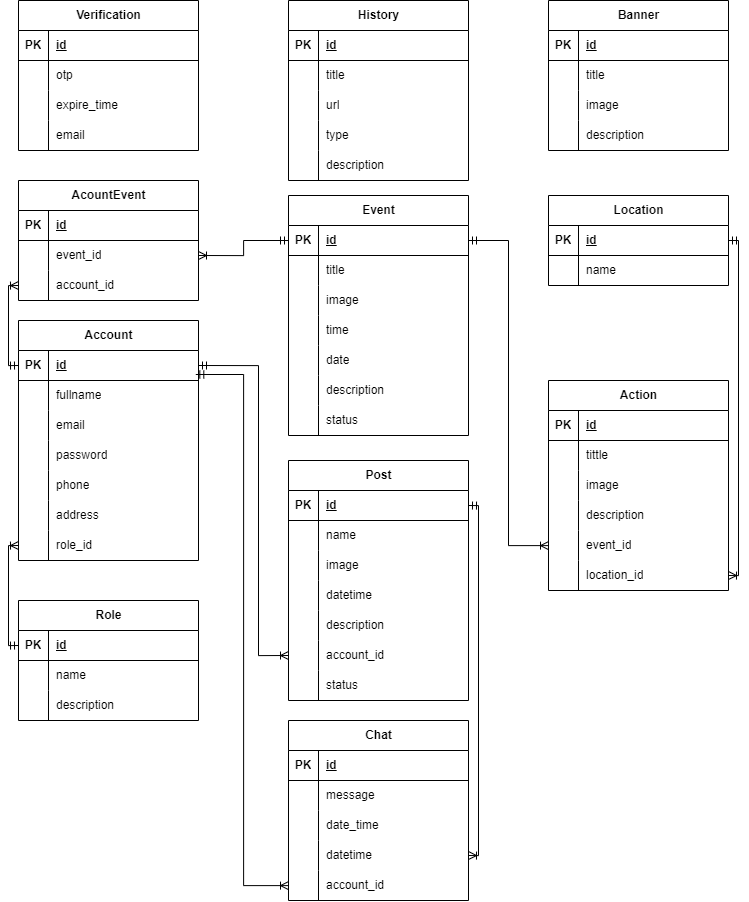
TunLin19/hai-dien-church-be keeps this draw.io diagram as church.drawio.png. Above is the earlier version. Source tidied: cells renumbered, new cells last; positions are measured from the earlier drawing's top-left corner, leaving out a move shared by most shapes.
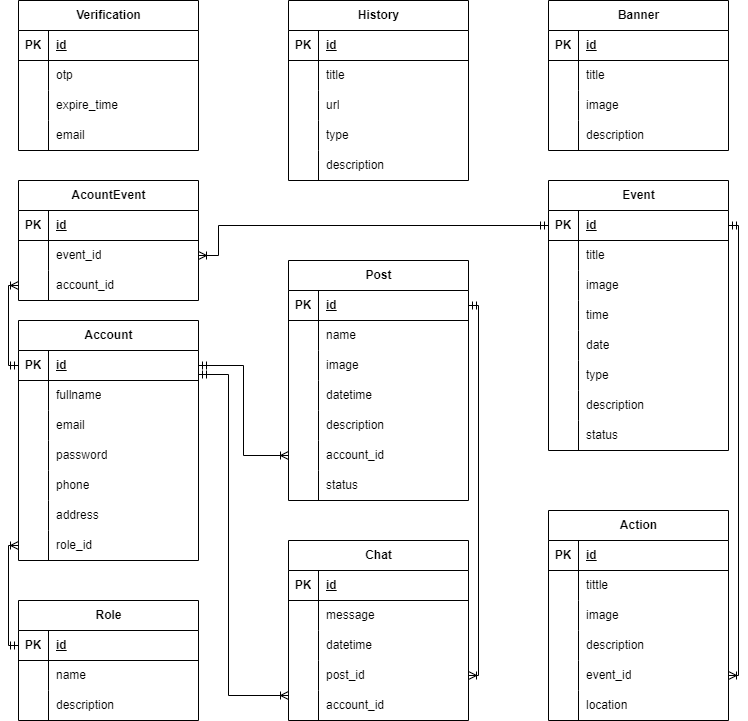
The same diagram one commit later.

Change to the diagram source:
```diff
@@ -195,7 +195,7 @@
       <mxGeometry x="30" width="150" height="30" as="geometry" />
     </mxCell>
     <mxCell id="66" value="Event" style="shape=table;startSize=30;rowLines=0;fontStyle=1;align=center;html=1;" parent="1" vertex="1">
-      <mxGeometry x="270" y="195" width="180" height="240" as="geometry" />
+      <mxGeometry x="530" y="180" width="180" height="270" as="geometry" />
     </mxCell>
     <mxCell id="67" style="shape=tableRow;horizontal=0;startSize=0;swimlaneHead=0;swimlaneBody=0;fillColor=none;points=[[0,0.5],[1,0.5]];portConstraint=eastwest;top=0;left=0;right=0;bottom=1;" parent="66" vertex="1">
       <mxGeometry y="30" width="180" height="30" as="geometry" />
@@ -242,8 +242,17 @@
     <mxCell id="81" value="date" style="shape=partialRectangle;fillColor=none;top=0;left=0;bottom=0;right=0;align=left;spacingLeft=6;overflow=hidden;whiteSpace=wrap;html=1;" parent="79" vertex="1">
       <mxGeometry x="30" width="150" height="30" as="geometry" />
     </mxCell>
+    <mxCell id="180" style="shape=tableRow;horizontal=0;startSize=0;swimlaneHead=0;swimlaneBody=0;fillColor=none;top=0;left=0;right=0;bottom=0;" parent="66" vertex="1">
+      <mxGeometry y="180" width="180" height="30" as="geometry" />
+    </mxCell>
+    <mxCell id="103" style="shape=partialRectangle;fillColor=none;top=0;left=0;bottom=0;right=0;overflow=hidden;whiteSpace=wrap;html=1;" parent="180" vertex="1">
+      <mxGeometry width="30" height="30" as="geometry" />
+    </mxCell>
+    <mxCell id="181" value="type" style="shape=partialRectangle;fillColor=none;top=0;left=0;bottom=0;right=0;align=left;spacingLeft=6;overflow=hidden;whiteSpace=wrap;html=1;" parent="180" vertex="1">
+      <mxGeometry x="30" width="150" height="30" as="geometry" />
+    </mxCell>
     <mxCell id="82" style="shape=tableRow;horizontal=0;startSize=0;swimlaneHead=0;swimlaneBody=0;fillColor=none;top=0;left=0;right=0;bottom=0;" parent="66" vertex="1">
-      <mxGeometry y="180" width="180" height="30" as="geometry" />
+      <mxGeometry y="210" width="180" height="30" as="geometry" />
     </mxCell>
     <mxCell id="83" style="shape=partialRectangle;fillColor=none;top=0;left=0;bottom=0;right=0;overflow=hidden;whiteSpace=wrap;html=1;" parent="82" vertex="1">
       <mxGeometry width="30" height="30" as="geometry" />
@@ -252,7 +261,7 @@
       <mxGeometry x="30" width="150" height="30" as="geometry" />
     </mxCell>
     <mxCell id="85" style="shape=tableRow;horizontal=0;startSize=0;swimlaneHead=0;swimlaneBody=0;fillColor=none;top=0;left=0;right=0;bottom=0;" parent="66" vertex="1">
-      <mxGeometry y="210" width="180" height="30" as="geometry" />
+      <mxGeometry y="240" width="180" height="30" as="geometry" />
     </mxCell>
     <mxCell id="86" style="shape=partialRectangle;fillColor=none;top=0;left=0;bottom=0;right=0;overflow=hidden;whiteSpace=wrap;html=1;" parent="85" vertex="1">
       <mxGeometry width="30" height="30" as="geometry" />
@@ -290,29 +299,8 @@
     <mxCell id="97" value="description" style="shape=partialRectangle;fillColor=none;top=0;left=0;bottom=0;right=0;align=left;spacingLeft=6;overflow=hidden;whiteSpace=wrap;html=1;" parent="95" vertex="1">
       <mxGeometry x="30" width="150" height="30" as="geometry" />
     </mxCell>
-    <mxCell id="98" value="Location" style="shape=table;startSize=30;rowLines=0;fontStyle=1;align=center;html=1;" parent="1" vertex="1">
-      <mxGeometry x="530" y="195" width="180" height="90" as="geometry" />
-    </mxCell>
-    <mxCell id="99" style="shape=tableRow;horizontal=0;startSize=0;swimlaneHead=0;swimlaneBody=0;fillColor=none;points=[[0,0.5],[1,0.5]];portConstraint=eastwest;top=0;left=0;right=0;bottom=1;" parent="98" vertex="1">
-      <mxGeometry y="30" width="180" height="30" as="geometry" />
-    </mxCell>
-    <mxCell id="100" value="PK" style="shape=partialRectangle;fillColor=none;top=0;left=0;bottom=0;right=0;fontStyle=1;overflow=hidden;whiteSpace=wrap;html=1;" parent="99" vertex="1">
-      <mxGeometry width="30" height="30" as="geometry" />
-    </mxCell>
-    <mxCell id="101" value="id" style="shape=partialRectangle;fillColor=none;top=0;left=0;bottom=0;right=0;align=left;spacingLeft=6;fontStyle=5;overflow=hidden;whiteSpace=wrap;html=1;" parent="99" vertex="1">
-      <mxGeometry x="30" width="150" height="30" as="geometry" />
-    </mxCell>
-    <mxCell id="102" style="shape=tableRow;horizontal=0;startSize=0;swimlaneHead=0;swimlaneBody=0;fillColor=none;top=0;left=0;right=0;bottom=0;" parent="98" vertex="1">
-      <mxGeometry y="60" width="180" height="30" as="geometry" />
-    </mxCell>
-    <mxCell id="103" style="shape=partialRectangle;fillColor=none;top=0;left=0;bottom=0;right=0;overflow=hidden;whiteSpace=wrap;html=1;" parent="102" vertex="1">
-      <mxGeometry width="30" height="30" as="geometry" />
-    </mxCell>
-    <mxCell id="104" value="name" style="shape=partialRectangle;fillColor=none;top=0;left=0;bottom=0;right=0;align=left;spacingLeft=6;overflow=hidden;whiteSpace=wrap;html=1;" parent="102" vertex="1">
-      <mxGeometry x="30" width="150" height="30" as="geometry" />
-    </mxCell>
     <mxCell id="105" value="Post" style="shape=table;startSize=30;rowLines=0;fontStyle=1;align=center;html=1;" parent="1" vertex="1">
-      <mxGeometry x="270" y="460" width="180" height="240" as="geometry" />
+      <mxGeometry x="270" y="260" width="180" height="240" as="geometry" />
     </mxCell>
     <mxCell id="106" style="shape=tableRow;horizontal=0;startSize=0;swimlaneHead=0;swimlaneBody=0;fillColor=none;points=[[0,0.5],[1,0.5]];portConstraint=eastwest;top=0;left=0;right=0;bottom=1;" parent="105" vertex="1">
       <mxGeometry y="30" width="180" height="30" as="geometry" />
@@ -380,16 +368,11 @@
     <mxCell id="127" style="edgeStyle=orthogonalEdgeStyle;fontSize=12;html=1;endArrow=ERoneToMany;startArrow=ERmandOne;rounded=0;exitX=0;exitY=0.5;exitDx=0;exitDy=0;entryX=0;entryY=0.5;entryDx=0;entryDy=0;" parent="1" edge="1" source="89" target="21">
       <mxGeometry relative="1" as="geometry" />
     </mxCell>
-    <mxCell id="128" style="edgeStyle=orthogonalEdgeStyle;fontSize=12;html=1;endArrow=ERoneToMany;startArrow=ERmandOne;rounded=0;exitX=1;exitY=0.5;exitDx=0;exitDy=0;entryX=0;entryY=0.5;entryDx=0;entryDy=0;" parent="1" edge="1" source="3" target="121">
-      <mxGeometry relative="1" as="geometry">
-        <Array as="points">
-          <mxPoint x="240" y="365" />
-          <mxPoint x="240" y="655" />
-        </Array>
-      </mxGeometry>
+    <mxCell id="128" style="fontSize=12;html=1;endArrow=ERoneToMany;startArrow=ERmandOne;rounded=0;exitX=1;exitY=0.5;exitDx=0;exitDy=0;entryX=0;entryY=0.5;entryDx=0;entryDy=0;edgeStyle=orthogonalEdgeStyle;" parent="1" edge="1" source="3" target="121">
+      <mxGeometry relative="1" as="geometry" />
     </mxCell>
     <mxCell id="129" value="Chat" style="shape=table;startSize=30;rowLines=0;fontStyle=1;align=center;html=1;" parent="1" vertex="1">
-      <mxGeometry x="270" y="720" width="180" height="180" as="geometry" />
+      <mxGeometry x="270" y="540" width="180" height="180" as="geometry" />
     </mxCell>
     <mxCell id="130" style="shape=tableRow;horizontal=0;startSize=0;swimlaneHead=0;swimlaneBody=0;fillColor=none;top=0;left=0;right=0;bottom=1;" parent="129" vertex="1">
       <mxGeometry y="30" width="180" height="30" as="geometry" />
@@ -415,7 +398,7 @@
     <mxCell id="137" style="shape=partialRectangle;fillColor=none;top=0;left=0;bottom=0;right=0;overflow=hidden;whiteSpace=wrap;html=1;" parent="136" vertex="1">
       <mxGeometry width="30" height="30" as="geometry" />
     </mxCell>
-    <mxCell id="138" value="date_time" style="shape=partialRectangle;fillColor=none;top=0;left=0;bottom=0;right=0;align=left;spacingLeft=6;overflow=hidden;whiteSpace=wrap;html=1;" parent="136" vertex="1">
+    <mxCell id="138" value="datetime" style="shape=partialRectangle;fillColor=none;top=0;left=0;bottom=0;right=0;align=left;spacingLeft=6;overflow=hidden;whiteSpace=wrap;html=1;" parent="136" vertex="1">
       <mxGeometry x="30" width="150" height="30" as="geometry" />
     </mxCell>
     <mxCell id="139" style="shape=tableRow;horizontal=0;startSize=0;swimlaneHead=0;swimlaneBody=0;fillColor=none;points=[[0,0.5],[1,0.5]];portConstraint=eastwest;top=0;left=0;right=0;bottom=0;" parent="129" vertex="1">
@@ -424,7 +407,7 @@
     <mxCell id="140" style="shape=partialRectangle;fillColor=none;top=0;left=0;bottom=0;right=0;overflow=hidden;whiteSpace=wrap;html=1;" parent="139" vertex="1">
       <mxGeometry width="30" height="30" as="geometry" />
     </mxCell>
-    <mxCell id="141" value="datetime" style="shape=partialRectangle;fillColor=none;top=0;left=0;bottom=0;right=0;align=left;spacingLeft=6;overflow=hidden;whiteSpace=wrap;html=1;" parent="139" vertex="1">
+    <mxCell id="141" value="post_id" style="shape=partialRectangle;fillColor=none;top=0;left=0;bottom=0;right=0;align=left;spacingLeft=6;overflow=hidden;whiteSpace=wrap;html=1;" parent="139" vertex="1">
       <mxGeometry x="30" width="150" height="30" as="geometry" />
     </mxCell>
     <mxCell id="142" style="shape=tableRow;horizontal=0;startSize=0;swimlaneHead=0;swimlaneBody=0;fillColor=none;points=[[0,0.5],[1,0.5]];portConstraint=eastwest;top=0;left=0;right=0;bottom=0;" parent="129" vertex="1">
@@ -436,8 +419,14 @@
     <mxCell id="144" value="account_id" style="shape=partialRectangle;fillColor=none;top=0;left=0;bottom=0;right=0;align=left;spacingLeft=6;overflow=hidden;whiteSpace=wrap;html=1;" parent="142" vertex="1">
       <mxGeometry x="30" width="150" height="30" as="geometry" />
     </mxCell>
-    <mxCell id="145" style="edgeStyle=orthogonalEdgeStyle;fontSize=12;html=1;endArrow=ERoneToMany;startArrow=ERmandOne;rounded=0;exitX=0.985;exitY=0.8;exitDx=0;exitDy=0;exitPerimeter=0;" parent="1" edge="1" source="3" target="142">
-      <mxGeometry relative="1" as="geometry" />
+    <mxCell id="145" style="edgeStyle=orthogonalEdgeStyle;fontSize=12;html=1;endArrow=ERoneToMany;startArrow=ERmandOne;rounded=0;" parent="1" edge="1" target="142">
+      <mxGeometry relative="1" as="geometry">
+        <mxPoint x="180" y="374" as="sourcePoint" />
+        <Array as="points">
+          <mxPoint x="210" y="374" />
+          <mxPoint x="210" y="695" />
+        </Array>
+      </mxGeometry>
     </mxCell>
     <mxCell id="146" style="edgeStyle=orthogonalEdgeStyle;fontSize=12;html=1;endArrow=ERoneToMany;startArrow=ERmandOne;rounded=0;exitX=1;exitY=0.5;exitDx=0;exitDy=0;entryX=1;entryY=0.5;entryDx=0;entryDy=0;" parent="1" edge="1" source="106" target="139">
       <mxGeometry relative="1" as="geometry" />
@@ -445,9 +434,6 @@
     <mxCell id="147" style="edgeStyle=orthogonalEdgeStyle;fontSize=12;html=1;endArrow=ERoneToMany;startArrow=ERmandOne;rounded=0;exitX=0;exitY=0.5;exitDx=0;exitDy=0;entryX=0;entryY=0.5;entryDx=0;entryDy=0;" parent="1" edge="1" source="3" target="156">
       <mxGeometry relative="1" as="geometry" />
     </mxCell>
-    <mxCell id="148" style="edgeStyle=orthogonalEdgeStyle;fontSize=12;html=1;endArrow=ERoneToMany;startArrow=ERmandOne;rounded=0;exitX=1;exitY=0.5;exitDx=0;exitDy=0;entryX=1;entryY=0.5;entryDx=0;entryDy=0;" parent="1" edge="1" source="99" target="176">
-      <mxGeometry relative="1" as="geometry" />
-    </mxCell>
     <mxCell id="149" value="AcountEvent" style="shape=table;startSize=30;rowLines=0;fontStyle=1;align=center;html=1;" parent="1" vertex="1">
       <mxGeometry y="180" width="180" height="120" as="geometry" />
     </mxCell>
@@ -479,10 +465,15 @@
       <mxGeometry x="30" width="150" height="30" as="geometry" />
     </mxCell>
     <mxCell id="159" style="edgeStyle=orthogonalEdgeStyle;fontSize=12;html=1;endArrow=ERoneToMany;startArrow=ERmandOne;rounded=0;exitX=0;exitY=0.5;exitDx=0;exitDy=0;entryX=1;entryY=0.5;entryDx=0;entryDy=0;" parent="1" edge="1" source="67" target="153">
-      <mxGeometry relative="1" as="geometry" />
+      <mxGeometry relative="1" as="geometry">
+        <Array as="points">
+          <mxPoint x="200" y="225" />
+          <mxPoint x="200" y="255" />
+        </Array>
+      </mxGeometry>
     </mxCell>
     <mxCell id="160" value="Action" style="shape=table;startSize=30;rowLines=0;fontStyle=1;align=center;html=1;" parent="1" vertex="1">
-      <mxGeometry x="530" y="380" width="180" height="210" as="geometry" />
+      <mxGeometry x="530" y="510" width="180" height="210" as="geometry" />
     </mxCell>
     <mxCell id="161" style="shape=tableRow;horizontal=0;startSize=0;swimlaneHead=0;swimlaneBody=0;fillColor=none;top=0;left=0;right=0;bottom=1;" parent="160" vertex="1">
       <mxGeometry y="30" width="180" height="30" as="geometry" />
@@ -535,7 +526,7 @@
     <mxCell id="177" style="shape=partialRectangle;fillColor=none;top=0;left=0;bottom=0;right=0;overflow=hidden;whiteSpace=wrap;html=1;" parent="176" vertex="1">
       <mxGeometry width="30" height="30" as="geometry" />
     </mxCell>
-    <mxCell id="178" value="location_id" style="shape=partialRectangle;fillColor=none;top=0;left=0;bottom=0;right=0;align=left;spacingLeft=6;overflow=hidden;whiteSpace=wrap;html=1;" parent="176" vertex="1">
+    <mxCell id="178" value="location" style="shape=partialRectangle;fillColor=none;top=0;left=0;bottom=0;right=0;align=left;spacingLeft=6;overflow=hidden;whiteSpace=wrap;html=1;" parent="176" vertex="1">
       <mxGeometry x="30" width="150" height="30" as="geometry" />
     </mxCell>
     <mxCell id="179" style="edgeStyle=orthogonalEdgeStyle;fontSize=12;html=1;endArrow=ERoneToMany;startArrow=ERmandOne;rounded=0;exitX=1;exitY=0.5;exitDx=0;exitDy=0;" parent="1" edge="1" source="67" target="173">
```
